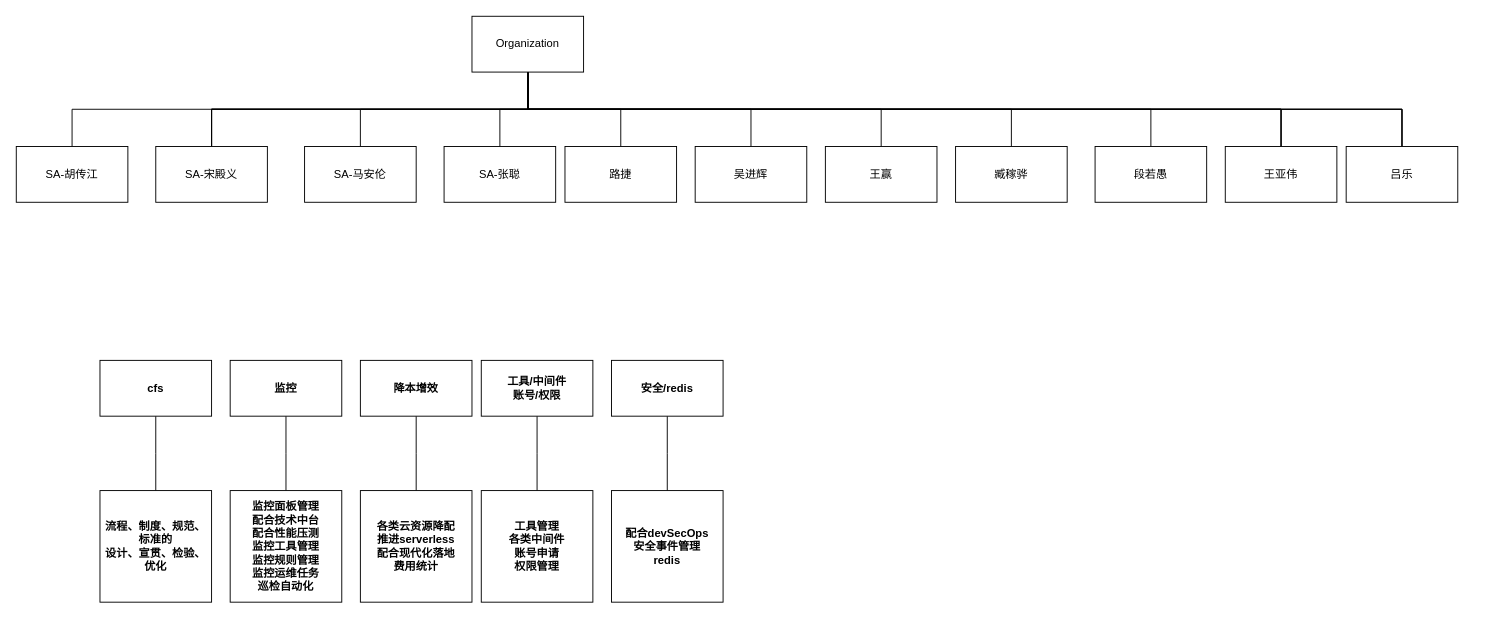
This is Untitled Diagram.drawio from 463024907/draw.io, a draw.io file, before an edit. Source tidied: cells renumbered, new cells numbered last; positions are measured from the earlier drawing's top-left corner, leaving out a move shared by most shapes. Both pictures are drawn from the tidied source at 93%, with x=0, y=0 at pixel (16, 16).
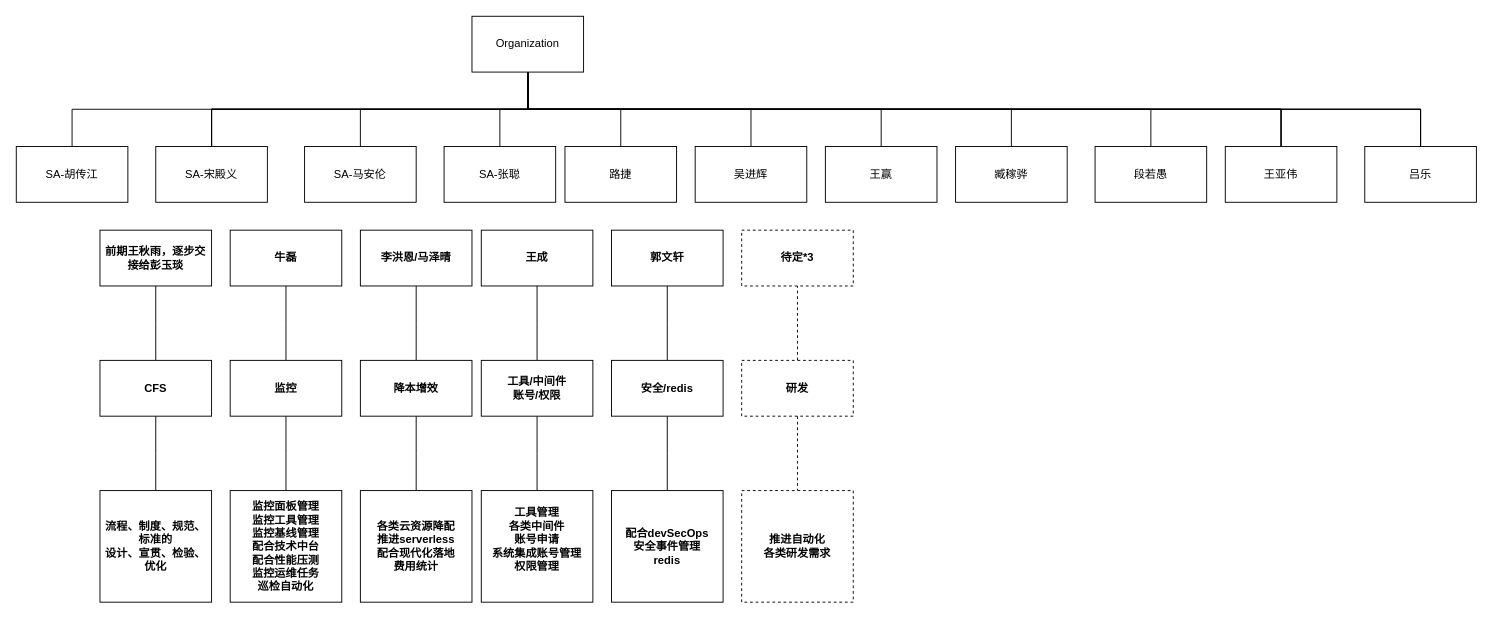
The same diagram, later.

The change refers to these unchanged cells:
```xml
<mxCell id="26" value="&lt;b&gt;监控&lt;/b&gt;" style="whiteSpace=wrap;html=1;align=center;newEdgeStyle={&quot;edgeStyle&quot;:&quot;elbowEdgeStyle&quot;,&quot;startArrow&quot;:&quot;none&quot;,&quot;endArrow&quot;:&quot;none&quot;};" parent="1" vertex="1">
  <mxGeometry x="230" y="370" width="120" height="60" as="geometry" />
</mxCell>
<mxCell id="28" value="&lt;b&gt;降本增效&lt;/b&gt;" style="whiteSpace=wrap;html=1;align=center;newEdgeStyle={&quot;edgeStyle&quot;:&quot;elbowEdgeStyle&quot;,&quot;startArrow&quot;:&quot;none&quot;,&quot;endArrow&quot;:&quot;none&quot;};" parent="1" vertex="1">
  <mxGeometry x="370" y="370" width="120" height="60" as="geometry" />
</mxCell>
<mxCell id="32" value="&lt;b&gt;工具/中间件&lt;br&gt;&lt;/b&gt;&lt;b style=&quot;border-color: var(--border-color);&quot;&gt;账号/权限&lt;/b&gt;&lt;b&gt;&lt;br&gt;&lt;/b&gt;" style="whiteSpace=wrap;html=1;align=center;newEdgeStyle={&quot;edgeStyle&quot;:&quot;elbowEdgeStyle&quot;,&quot;startArrow&quot;:&quot;none&quot;,&quot;endArrow&quot;:&quot;none&quot;};" parent="1" vertex="1">
  <mxGeometry x="500" y="370" width="120" height="60" as="geometry" />
</mxCell>
<mxCell id="34" value="&lt;b&gt;安全/redis&lt;/b&gt;" style="whiteSpace=wrap;html=1;align=center;newEdgeStyle={&quot;edgeStyle&quot;:&quot;elbowEdgeStyle&quot;,&quot;startArrow&quot;:&quot;none&quot;,&quot;endArrow&quot;:&quot;none&quot;};" parent="1" vertex="1">
  <mxGeometry x="640" y="370" width="120" height="60" as="geometry" />
</mxCell>
```

What changed in the source:
```diff
@@
     <mxCell id="23" value="吕乐" style="whiteSpace=wrap;html=1;align=center;newEdgeStyle={&quot;edgeStyle&quot;:&quot;elbowEdgeStyle&quot;,&quot;startArrow&quot;:&quot;none&quot;,&quot;endArrow&quot;:&quot;none&quot;};" parent="1" vertex="1">
-      <mxGeometry x="1430" y="140" width="120" height="60" as="geometry" />
+      <mxGeometry x="1450" y="140" width="120" height="60" as="geometry" />
     </mxCell>
@@
+    <mxCell id="47" style="edgeStyle=elbowEdgeStyle;rounded=0;jettySize=auto;html=1;elbow=horizontal;startArrow=none;endArrow=none;" parent="1" edge="1" source="26" target="53">
+      <mxGeometry relative="1" as="geometry" />
+    </mxCell>
@@
+    <mxCell id="48" style="edgeStyle=elbowEdgeStyle;rounded=0;jettySize=auto;html=1;elbow=horizontal;startArrow=none;endArrow=none;" parent="1" edge="1" source="28" target="54">
+      <mxGeometry relative="1" as="geometry" />
+    </mxCell>
@@
+    <mxCell id="49" style="edgeStyle=elbowEdgeStyle;rounded=0;jettySize=auto;html=1;elbow=horizontal;startArrow=none;endArrow=none;" parent="1" edge="1" source="30" target="52">
+      <mxGeometry relative="1" as="geometry" />
+    </mxCell>
-    <mxCell id="30" value="&lt;b&gt;cfs&lt;/b&gt;" style="whiteSpace=wrap;html=1;align=center;newEdgeStyle={&quot;edgeStyle&quot;:&quot;elbowEdgeStyle&quot;,&quot;startArrow&quot;:&quot;none&quot;,&quot;endArrow&quot;:&quot;none&quot;};" parent="1" vertex="1">
+    <mxCell id="30" value="&lt;b&gt;CFS&lt;/b&gt;" style="whiteSpace=wrap;html=1;align=center;newEdgeStyle={&quot;edgeStyle&quot;:&quot;elbowEdgeStyle&quot;,&quot;startArrow&quot;:&quot;none&quot;,&quot;endArrow&quot;:&quot;none&quot;};" parent="1" vertex="1">
       <mxGeometry x="90" y="370" width="120" height="60" as="geometry" />
     </mxCell>
@@
+    <mxCell id="50" style="edgeStyle=elbowEdgeStyle;rounded=0;jettySize=auto;html=1;elbow=horizontal;startArrow=none;endArrow=none;" parent="1" edge="1" source="32" target="55">
+      <mxGeometry relative="1" as="geometry" />
+    </mxCell>
@@
+    <mxCell id="51" style="edgeStyle=elbowEdgeStyle;rounded=0;jettySize=auto;html=1;elbow=horizontal;startArrow=none;endArrow=none;" parent="1" edge="1" source="34" target="56">
+      <mxGeometry relative="1" as="geometry" />
+    </mxCell>
@@
-    <mxCell id="42" value="&lt;b&gt;监控面板管理&lt;br&gt;配合技术中台&lt;br&gt;配合性能压测&lt;br&gt;监控工具管理&lt;br&gt;监控规则管理&lt;br&gt;监控运维任务&lt;br&gt;&lt;/b&gt;&lt;b style=&quot;border-color: var(--border-color);&quot;&gt;巡检自动化&lt;br style=&quot;border-color: var(--border-color);&quot;&gt;&lt;/b&gt;" style="whiteSpace=wrap;html=1;align=center;newEdgeStyle={&quot;edgeStyle&quot;:&quot;elbowEdgeStyle&quot;,&quot;startArrow&quot;:&quot;none&quot;,&quot;endArrow&quot;:&quot;none&quot;};" parent="1" vertex="1">
+    <mxCell id="42" value="&lt;b&gt;监控面板管理&lt;br&gt;&lt;/b&gt;&lt;b style=&quot;border-color: var(--border-color);&quot;&gt;监控工具管理&lt;br style=&quot;border-color: var(--border-color);&quot;&gt;监控基线管理&lt;br style=&quot;border-color: var(--border-color);&quot;&gt;&lt;/b&gt;&lt;b&gt;配合技术中台&lt;br&gt;配合性能压测&lt;br&gt;监控运维任务&lt;br&gt;&lt;/b&gt;&lt;b style=&quot;border-color: var(--border-color);&quot;&gt;巡检自动化&lt;br style=&quot;border-color: var(--border-color);&quot;&gt;&lt;/b&gt;" style="whiteSpace=wrap;html=1;align=center;newEdgeStyle={&quot;edgeStyle&quot;:&quot;elbowEdgeStyle&quot;,&quot;startArrow&quot;:&quot;none&quot;,&quot;endArrow&quot;:&quot;none&quot;};" parent="1" vertex="1">
       <mxGeometry x="230" y="510" width="120" height="120" as="geometry" />
     </mxCell>
@@
-    <mxCell id="45" value="&lt;b&gt;工具管理&lt;br&gt;各类中间件&lt;br&gt;账号申请&lt;br&gt;权限管理&lt;br&gt;&lt;/b&gt;" style="whiteSpace=wrap;html=1;align=center;newEdgeStyle={&quot;edgeStyle&quot;:&quot;elbowEdgeStyle&quot;,&quot;startArrow&quot;:&quot;none&quot;,&quot;endArrow&quot;:&quot;none&quot;};" parent="1" vertex="1">
+    <mxCell id="45" value="&lt;b&gt;工具管理&lt;br&gt;各类中间件&lt;br&gt;账号申请&lt;br&gt;系统集成账号管理&lt;br&gt;权限管理&lt;br&gt;&lt;br&gt;&lt;/b&gt;" style="whiteSpace=wrap;html=1;align=center;newEdgeStyle={&quot;edgeStyle&quot;:&quot;elbowEdgeStyle&quot;,&quot;startArrow&quot;:&quot;none&quot;,&quot;endArrow&quot;:&quot;none&quot;};" parent="1" vertex="1">
       <mxGeometry x="500" y="510" width="120" height="120" as="geometry" />
     </mxCell>
@@
+    <mxCell id="52" value="&lt;b&gt;前期王秋雨，逐步交接给彭玉琰&lt;/b&gt;" style="whiteSpace=wrap;html=1;align=center;newEdgeStyle={&quot;edgeStyle&quot;:&quot;elbowEdgeStyle&quot;,&quot;startArrow&quot;:&quot;none&quot;,&quot;endArrow&quot;:&quot;none&quot;};" parent="1" vertex="1">
+      <mxGeometry x="90" y="230" width="120" height="60" as="geometry" />
+    </mxCell>
+    <mxCell id="53" value="&lt;b&gt;牛磊&lt;/b&gt;" style="whiteSpace=wrap;html=1;align=center;newEdgeStyle={&quot;edgeStyle&quot;:&quot;elbowEdgeStyle&quot;,&quot;startArrow&quot;:&quot;none&quot;,&quot;endArrow&quot;:&quot;none&quot;};" parent="1" vertex="1">
+      <mxGeometry x="230" y="230" width="120" height="60" as="geometry" />
+    </mxCell>
+    <mxCell id="54" value="&lt;b&gt;李洪恩/马泽晴&lt;/b&gt;" style="whiteSpace=wrap;html=1;align=center;newEdgeStyle={&quot;edgeStyle&quot;:&quot;elbowEdgeStyle&quot;,&quot;startArrow&quot;:&quot;none&quot;,&quot;endArrow&quot;:&quot;none&quot;};" parent="1" vertex="1">
+      <mxGeometry x="370" y="230" width="120" height="60" as="geometry" />
+    </mxCell>
+    <mxCell id="55" value="&lt;b&gt;王成&lt;br&gt;&lt;/b&gt;" style="whiteSpace=wrap;html=1;align=center;newEdgeStyle={&quot;edgeStyle&quot;:&quot;elbowEdgeStyle&quot;,&quot;startArrow&quot;:&quot;none&quot;,&quot;endArrow&quot;:&quot;none&quot;};" parent="1" vertex="1">
+      <mxGeometry x="500" y="230" width="120" height="60" as="geometry" />
+    </mxCell>
+    <mxCell id="56" value="&lt;b&gt;郭文轩&lt;/b&gt;" style="whiteSpace=wrap;html=1;align=center;newEdgeStyle={&quot;edgeStyle&quot;:&quot;elbowEdgeStyle&quot;,&quot;startArrow&quot;:&quot;none&quot;,&quot;endArrow&quot;:&quot;none&quot;};" parent="1" vertex="1" collapsed="1">
+      <mxGeometry x="640" y="230" width="120" height="60" as="geometry" />
+    </mxCell>
+    <mxCell id="57" style="edgeStyle=elbowEdgeStyle;rounded=0;jettySize=auto;html=1;elbow=horizontal;startArrow=none;endArrow=none;dashed=1;" parent="1" edge="1" source="59" target="60">
+      <mxGeometry relative="1" as="geometry" />
+    </mxCell>
+    <mxCell id="58" style="edgeStyle=elbowEdgeStyle;rounded=0;jettySize=auto;html=1;elbow=vertical;startArrow=none;endArrow=none;dashed=1;" parent="1" edge="1" source="59" target="61">
+      <mxGeometry relative="1" as="geometry" />
+    </mxCell>
+    <mxCell id="59" value="&lt;b&gt;研发&lt;/b&gt;" style="whiteSpace=wrap;html=1;align=center;newEdgeStyle={&quot;edgeStyle&quot;:&quot;elbowEdgeStyle&quot;,&quot;startArrow&quot;:&quot;none&quot;,&quot;endArrow&quot;:&quot;none&quot;};dashed=1;" parent="1" vertex="1">
+      <mxGeometry x="780" y="370" width="120" height="60" as="geometry" />
+    </mxCell>
+    <mxCell id="60" value="&lt;b&gt;待定*3&lt;/b&gt;" style="whiteSpace=wrap;html=1;align=center;newEdgeStyle={&quot;edgeStyle&quot;:&quot;elbowEdgeStyle&quot;,&quot;startArrow&quot;:&quot;none&quot;,&quot;endArrow&quot;:&quot;none&quot;};dashed=1;" parent="1" vertex="1">
+      <mxGeometry x="780" y="230" width="120" height="60" as="geometry" />
+    </mxCell>
+    <mxCell id="61" value="&lt;b&gt;推进自动化&lt;br&gt;各类研发需求&lt;/b&gt;" style="whiteSpace=wrap;html=1;align=center;newEdgeStyle={&quot;edgeStyle&quot;:&quot;elbowEdgeStyle&quot;,&quot;startArrow&quot;:&quot;none&quot;,&quot;endArrow&quot;:&quot;none&quot;};dashed=1;" parent="1" vertex="1">
+      <mxGeometry x="780" y="510" width="120" height="120" as="geometry" />
+    </mxCell>
```
